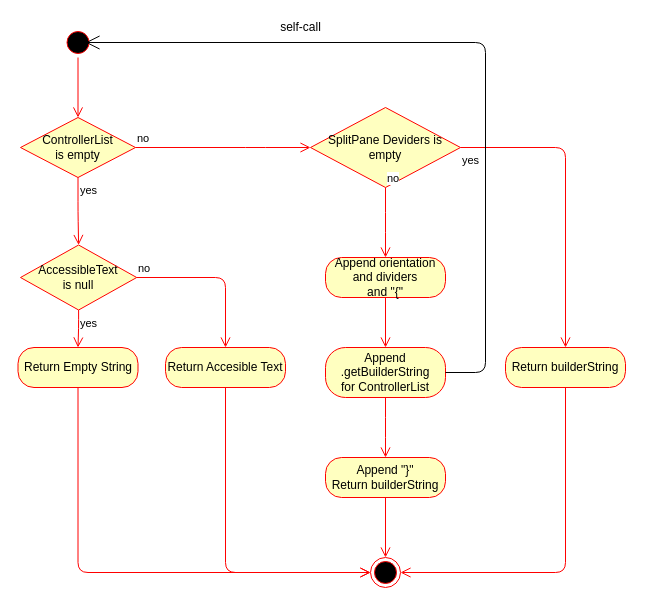
This is page "getBuilderString" (3 of 5) of UML/PickerStageUML.drawio from Eperty123/ArlaEksamen, a draw.io file, before an edit. Source tidied: cells renumbered, new cells numbered last; positions are measured from the earlier drawing's top-left corner, leaving out a move shared by most shapes. Both pictures are drawn from the tidied source at 100%, with x=0, y=0 at pixel (17, 17).
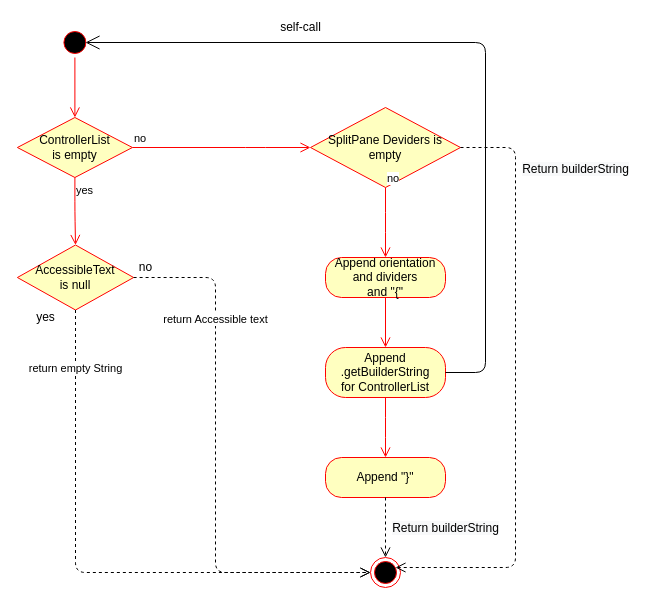
The same page after the edit.

The change refers to these unchanged cells:
```xml
<mxCell id="10" value="SplitPane Deviders is empty" style="rhombus;whiteSpace=wrap;html=1;fillColor=#ffffc0;strokeColor=#ff0000;" parent="1" vertex="1">
  <mxGeometry x="293" y="90" width="150" height="80" as="geometry" />
</mxCell>
<mxCell id="25" style="ellipse;html=1;shape=endState;fillColor=#000000;strokeColor=#ff0000;" parent="1" vertex="1">
  <mxGeometry x="353" y="540" width="30" height="30" as="geometry" />
</mxCell>
```

Diff of the diagram source:
```diff
@@
     <mxCell id="2" style="ellipse;html=1;shape=startState;fillColor=#000000;strokeColor=#ff0000;" parent="1" vertex="1">
-      <mxGeometry x="45.5" y="10" width="30" height="30" as="geometry" />
+      <mxGeometry x="42.4" y="10" width="30" height="30" as="geometry" />
     </mxCell>
@@
     <mxCell id="4" value="ControllerList&lt;br&gt;is empty" style="rhombus;whiteSpace=wrap;html=1;fillColor=#ffffc0;strokeColor=#ff0000;" parent="1" vertex="1">
-      <mxGeometry x="3" y="100" width="115" height="60" as="geometry" />
+      <mxGeometry x="-0.1" y="100" width="115" height="60" as="geometry" />
     </mxCell>
@@
     <mxCell id="7" value="AccessibleText&lt;br&gt;is null" style="rhombus;whiteSpace=wrap;html=1;fillColor=#ffffc0;strokeColor=#ff0000;" parent="1" vertex="1">
-      <mxGeometry x="3" y="227.5" width="116.2" height="65" as="geometry" />
+      <mxGeometry x="-0.1" y="227.5" width="116.2" height="65" as="geometry" />
     </mxCell>
-    <mxCell id="8" value="no" style="edgeStyle=orthogonalEdgeStyle;html=1;align=left;verticalAlign=bottom;endArrow=open;endSize=8;strokeColor=#ff0000;entryX=0.5;entryY=0;entryDx=0;entryDy=0;" parent="1" edge="1" source="7" target="15">
-      <mxGeometry x="-1" relative="1" as="geometry">
-        <Array as="points">
-          <mxPoint x="208" y="260" />
-        </Array>
-      </mxGeometry>
-    </mxCell>
-    <mxCell id="9" value="yes" style="edgeStyle=orthogonalEdgeStyle;html=1;align=left;verticalAlign=top;endArrow=open;endSize=8;strokeColor=#ff0000;entryX=0.5;entryY=0;entryDx=0;entryDy=0;" parent="1" edge="1" source="7" target="13">
-      <mxGeometry x="-1" relative="1" as="geometry" />
-    </mxCell>
@@
-    <mxCell id="12" value="yes" style="edgeStyle=orthogonalEdgeStyle;html=1;align=left;verticalAlign=top;endArrow=open;endSize=8;strokeColor=#ff0000;entryX=0.5;entryY=0;entryDx=0;entryDy=0;" parent="1" edge="1" source="10" target="17">
-      <mxGeometry x="-1" relative="1" as="geometry">
-        <Array as="points">
-          <mxPoint x="548" y="130" />
-        </Array>
-      </mxGeometry>
-    </mxCell>
-    <mxCell id="13" value="Return Empty String" style="rounded=1;whiteSpace=wrap;html=1;arcSize=40;fontColor=#000000;fillColor=#ffffc0;strokeColor=#ff0000;" parent="1" vertex="1">
-      <mxGeometry x="0.5" y="330" width="120" height="40" as="geometry" />
-    </mxCell>
-    <mxCell id="14" style="edgeStyle=orthogonalEdgeStyle;html=1;verticalAlign=bottom;endArrow=open;endSize=8;strokeColor=#ff0000;entryX=0;entryY=0.5;entryDx=0;entryDy=0;" parent="1" edge="1" source="13" target="25">
-      <mxGeometry relative="1" as="geometry">
-        <Array as="points">
-          <mxPoint x="61" y="555" />
-        </Array>
-      </mxGeometry>
-    </mxCell>
-    <mxCell id="15" value="Return Accesible Text" style="rounded=1;whiteSpace=wrap;html=1;arcSize=40;fontColor=#000000;fillColor=#ffffc0;strokeColor=#ff0000;" parent="1" vertex="1">
-      <mxGeometry x="148" y="330" width="120" height="40" as="geometry" />
-    </mxCell>
-    <mxCell id="16" style="edgeStyle=orthogonalEdgeStyle;html=1;verticalAlign=bottom;endArrow=open;endSize=8;strokeColor=#ff0000;entryX=0;entryY=0.5;entryDx=0;entryDy=0;" parent="1" edge="1" source="15" target="25">
-      <mxGeometry relative="1" as="geometry">
-        <Array as="points">
-          <mxPoint x="208" y="555" />
-        </Array>
-      </mxGeometry>
-    </mxCell>
-    <mxCell id="17" value="Return builderString" style="rounded=1;whiteSpace=wrap;html=1;arcSize=40;fontColor=#000000;fillColor=#ffffc0;strokeColor=#ff0000;" parent="1" vertex="1">
-      <mxGeometry x="488" y="330" width="120" height="40" as="geometry" />
-    </mxCell>
-    <mxCell id="18" style="edgeStyle=orthogonalEdgeStyle;html=1;verticalAlign=bottom;endArrow=open;endSize=8;strokeColor=#ff0000;entryX=1;entryY=0.5;entryDx=0;entryDy=0;exitX=0.5;exitY=1;exitDx=0;exitDy=0;" parent="1" edge="1" source="17" target="25">
-      <mxGeometry relative="1" as="geometry">
-        <Array as="points">
-          <mxPoint x="548" y="555" />
-        </Array>
-      </mxGeometry>
-    </mxCell>
@@
-    <mxCell id="23" value="Append &quot;}&quot;&lt;br&gt;Return builderString" style="rounded=1;whiteSpace=wrap;html=1;arcSize=40;fontColor=#000000;fillColor=#ffffc0;strokeColor=#ff0000;" parent="1" vertex="1">
+    <mxCell id="23" value="Append &quot;}&quot;" style="rounded=1;whiteSpace=wrap;html=1;arcSize=40;fontColor=#000000;fillColor=#ffffc0;strokeColor=#ff0000;" parent="1" vertex="1">
       <mxGeometry x="308" y="440" width="120" height="40" as="geometry" />
     </mxCell>
-    <mxCell id="24" style="edgeStyle=orthogonalEdgeStyle;html=1;verticalAlign=bottom;endArrow=open;endSize=8;strokeColor=#ff0000;entryX=0.5;entryY=0;entryDx=0;entryDy=0;" parent="1" edge="1" source="23" target="25">
-      <mxGeometry relative="1" as="geometry" />
-    </mxCell>
@@
+    <mxCell id="28" value="return empty String" style="html=1;verticalAlign=bottom;endArrow=open;dashed=1;endSize=8;entryX=0;entryY=0.5;entryDx=0;entryDy=0;exitX=0.5;exitY=1;exitDx=0;exitDy=0;" parent="1" edge="1" source="7" target="25">
+      <mxGeometry x="-0.76" relative="1" as="geometry">
+        <Array as="points">
+          <mxPoint x="58" y="555" />
+        </Array>
+      </mxGeometry>
+    </mxCell>
+    <mxCell id="29" value="yes" style="text;html=1;align=center;verticalAlign=middle;strokeColor=none;" parent="1" vertex="1">
+      <mxGeometry x="13" y="290" width="30" height="20" as="geometry" />
+    </mxCell>
+    <mxCell id="30" value="return Accessible text" style="html=1;verticalAlign=bottom;endArrow=open;dashed=1;endSize=8;entryX=0;entryY=0.5;entryDx=0;entryDy=0;exitX=1;exitY=0.5;exitDx=0;exitDy=0;" parent="1" edge="1" source="7" target="25">
+      <mxGeometry x="-0.5" relative="1" as="geometry">
+        <Array as="points">
+          <mxPoint x="198" y="260" />
+          <mxPoint x="198" y="555" />
+        </Array>
+      </mxGeometry>
+    </mxCell>
+    <mxCell id="8" value="no" style="text;html=1;align=center;verticalAlign=middle;strokeColor=none;" parent="1" vertex="1">
+      <mxGeometry x="113" y="240" width="30" height="20" as="geometry" />
+    </mxCell>
+    <mxCell id="24" value="&lt;br style=&quot;font-size: 12px ; background-color: rgb(248 , 249 , 250)&quot;&gt;&lt;span style=&quot;font-size: 12px ; background-color: rgb(248 , 249 , 250)&quot;&gt;Return builderString&lt;/span&gt;" style="html=1;verticalAlign=bottom;endArrow=open;dashed=1;endSize=8;entryX=0.5;entryY=0;entryDx=0;entryDy=0;exitX=0.5;exitY=1;exitDx=0;exitDy=0;" parent="1" edge="1" source="23" target="25">
+      <mxGeometry x="0.33" y="60" relative="1" as="geometry" />
+    </mxCell>
+    <mxCell id="31" value="&lt;br style=&quot;font-size: 12px ; background-color: rgb(248 , 249 , 250)&quot;&gt;&lt;span style=&quot;font-size: 12px ; background-color: rgb(248 , 249 , 250)&quot;&gt;Return builderString&lt;/span&gt;" style="html=1;verticalAlign=bottom;endArrow=open;dashed=1;endSize=8;entryX=0.5;entryY=0;entryDx=0;entryDy=0;exitX=1;exitY=0.5;exitDx=0;exitDy=0;" parent="1" edge="1" source="10">
+      <mxGeometry x="-0.71" y="60" relative="1" as="geometry">
+        <mxPoint x="378" y="550" as="targetPoint" />
+        <Array as="points">
+          <mxPoint x="498" y="130" />
+          <mxPoint x="498" y="550" />
+        </Array>
+      </mxGeometry>
+    </mxCell>
```
